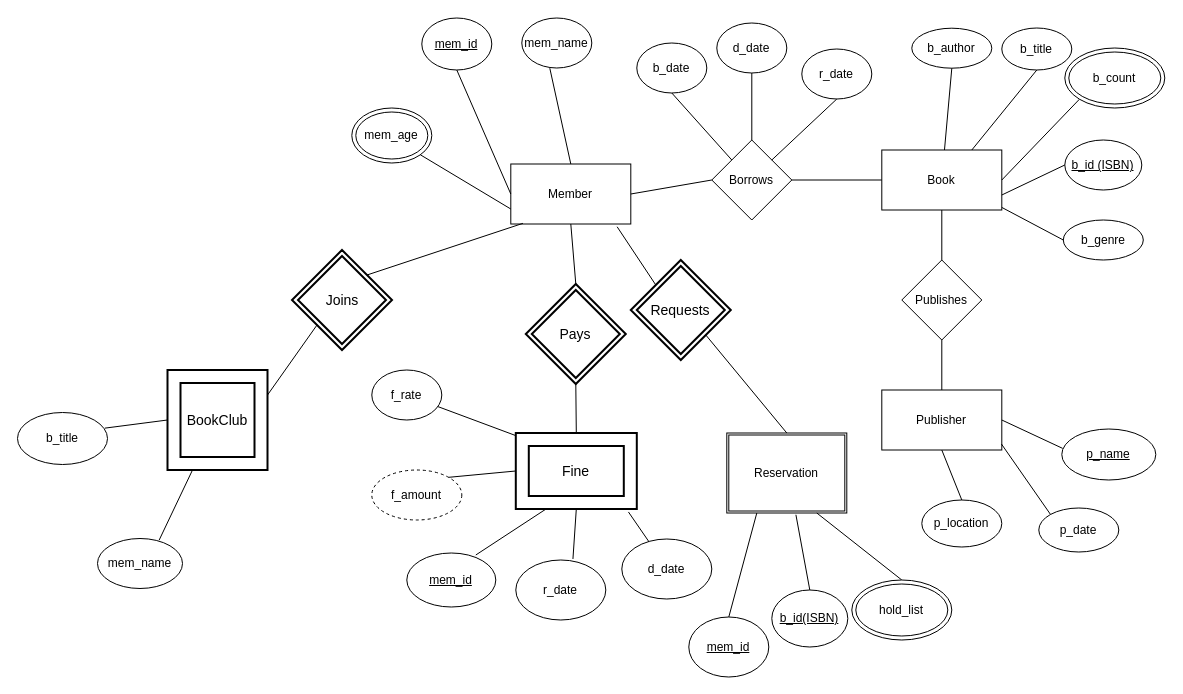
AdnanReh/librarydatabase keeps this draw.io diagram as CPS510_ER (4).drawio. Above is the earlier version. Source tidied: cells renumbered, new cells numbered last; positions are measured from the earlier drawing's top-left corner, leaving out a move shared by most shapes. Both pictures are drawn from the tidied source at 100%, with x=0, y=0 at pixel (17, 18).
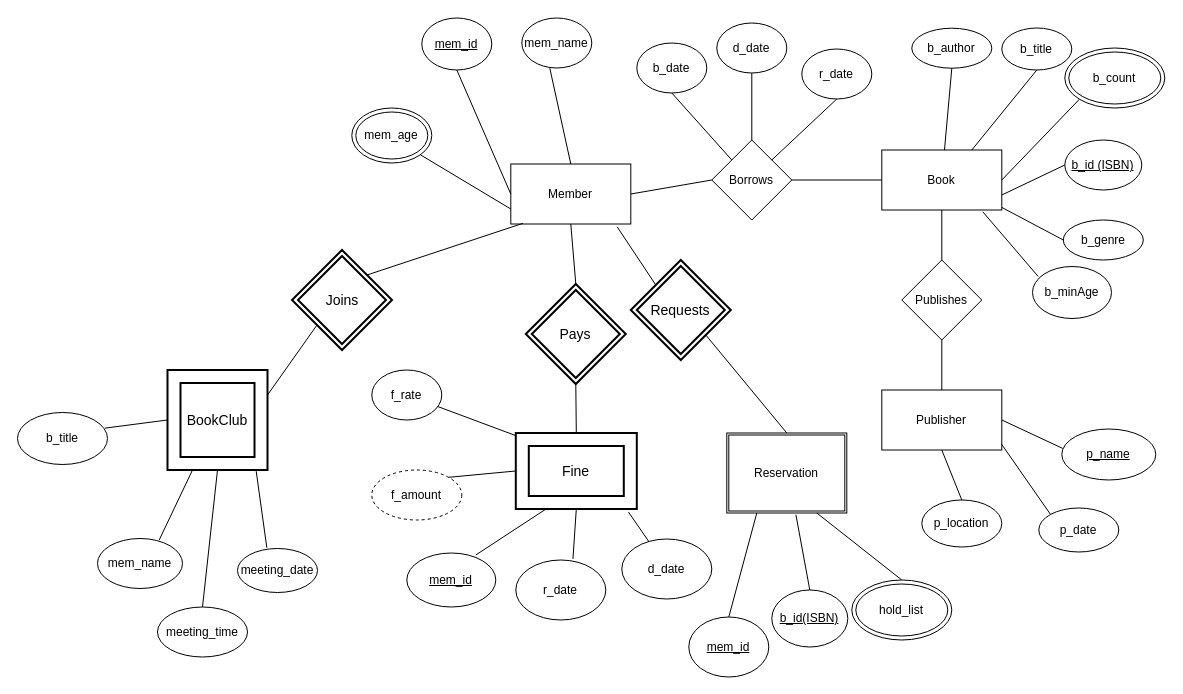
The same diagram, later.

Commit message:
modified ER to disclude useless attributes in publisher

Unchanged cells that the change refers to:
```xml
<mxCell id="3" value="Book" style="rounded=0;whiteSpace=wrap;html=1;" parent="1" vertex="1">
  <mxGeometry x="864.3" y="131.5" width="120" height="60" as="geometry" />
</mxCell>
<mxCell id="65" value="BookClub" style="shape=ext;strokeWidth=2;margin=10;double=1;whiteSpace=wrap;html=1;align=center;fontSize=14;" parent="1" vertex="1">
  <mxGeometry x="150" y="351.5" width="100" height="100" as="geometry" />
</mxCell>
```

The edit, as a diff of the source:
```diff
@@
+    <mxCell id="71" value="b_minAge" style="ellipse;whiteSpace=wrap;html=1;" parent="1" vertex="1">
+      <mxGeometry x="1015" y="248" width="79" height="52" as="geometry" />
+    </mxCell>
+    <mxCell id="72" style="endArrow=none;html=1;entryX=0.072;entryY=0.192;entryDx=0;entryDy=0;entryPerimeter=0;exitX=0.842;exitY=1.031;exitDx=0;exitDy=0;exitPerimeter=0;" parent="1" edge="1" source="3" target="71">
+      <mxGeometry relative="1" as="geometry" />
+    </mxCell>
+    <mxCell id="73" value="meeting_date" style="ellipse;whiteSpace=wrap;html=1;" parent="1" vertex="1">
+      <mxGeometry x="220" y="530" width="80" height="44" as="geometry" />
+    </mxCell>
+    <mxCell id="74" value="meeting_time" style="ellipse;whiteSpace=wrap;html=1;" parent="1" vertex="1">
+      <mxGeometry x="140" y="588.5" width="90" height="50" as="geometry" />
+    </mxCell>
+    <mxCell id="75" style="endArrow=none;html=1;entryX=0.5;entryY=1;entryDx=0;entryDy=0;exitX=0.5;exitY=0;exitDx=0;exitDy=0;" parent="1" edge="1" source="74" target="65">
+      <mxGeometry relative="1" as="geometry" />
+    </mxCell>
+    <mxCell id="76" style="endArrow=none;html=1;entryX=0.887;entryY=1.012;entryDx=0;entryDy=0;entryPerimeter=0;exitX=0.367;exitY=-0.015;exitDx=0;exitDy=0;exitPerimeter=0;" parent="1" edge="1" source="73" target="65">
+      <mxGeometry relative="1" as="geometry" />
+    </mxCell>
```
